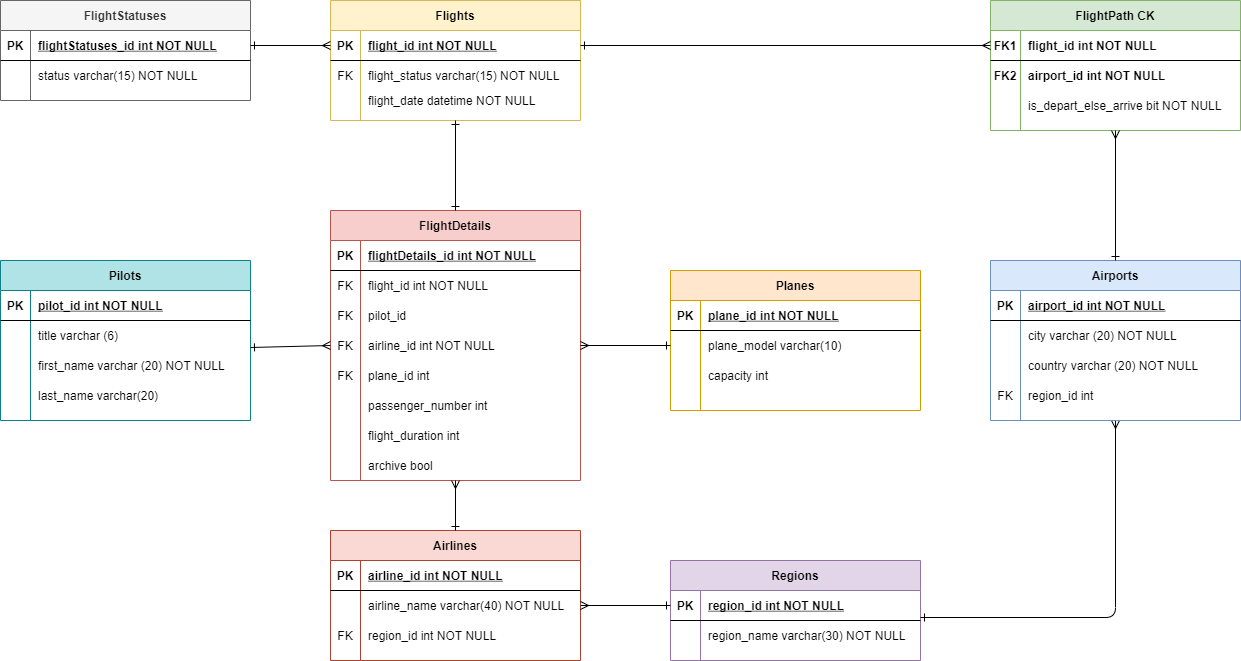
Before: Images/ERD.png, a diagram exported from draw.io (tak-li98/SpartaFlightManager). Source tidied: cells renumbered, new cells last; positions are measured from the earlier drawing's top-left corner, leaving out a move shared by most shapes.
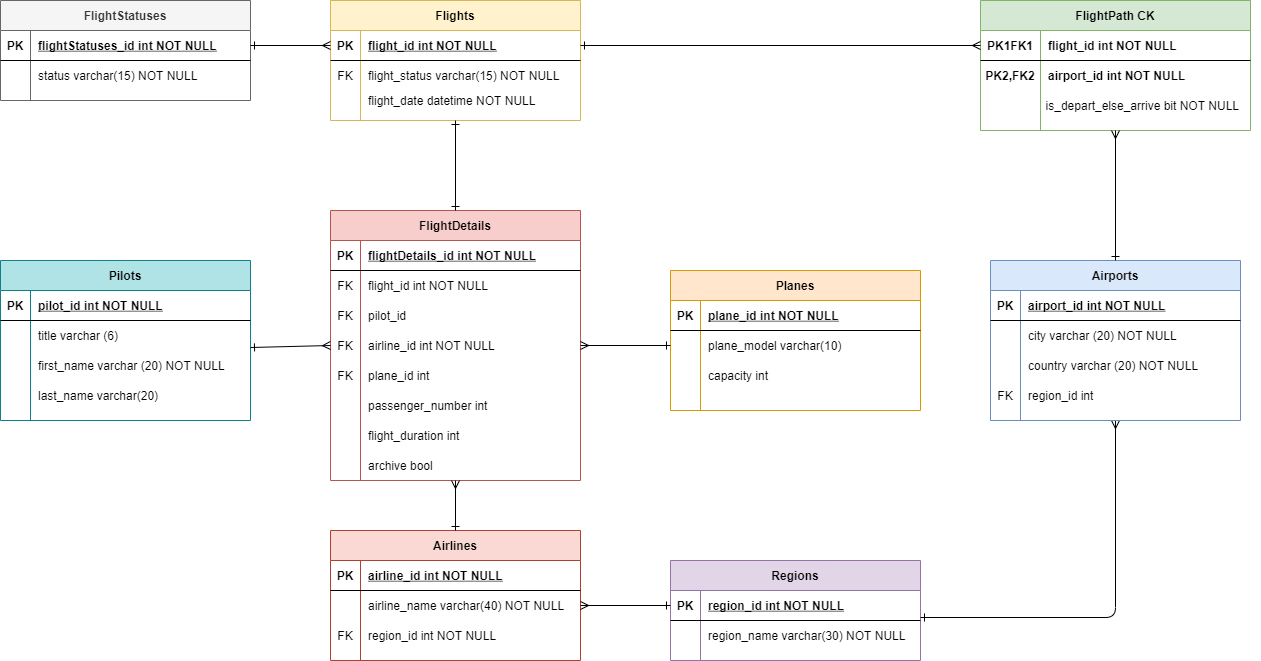
After the change.

What changed in the source:
```diff
@@ -319,25 +319,25 @@
       <mxGeometry x="30" width="220" height="30" as="geometry" />
     </mxCell>
     <mxCell id="105" value="FlightPath CK" style="shape=table;startSize=30;rowLines=0;fontStyle=1;align=center;fillColor=#d5e8d4;strokeColor=#82b366;" parent="1" vertex="1">
-      <mxGeometry x="990" width="250" height="130" as="geometry" />
+      <mxGeometry x="980" width="270" height="130" as="geometry" />
     </mxCell>
     <mxCell id="106" style="shape=partialRectangle;fillColor=none;points=[[0,0.5],[1,0.5]];portConstraint=eastwest;top=0;left=0;right=0;bottom=1;" parent="105" vertex="1">
-      <mxGeometry y="30" width="250" height="30" as="geometry" />
+      <mxGeometry y="30" width="270" height="30" as="geometry" />
     </mxCell>
-    <mxCell id="107" value="FK1" style="shape=partialRectangle;overflow=hidden;fillColor=none;top=0;left=0;bottom=0;right=0;fontStyle=1;" parent="106" vertex="1">
-      <mxGeometry width="30" height="30" as="geometry" />
+    <mxCell id="107" value="PK1FK1" style="shape=partialRectangle;overflow=hidden;fillColor=none;top=0;left=0;bottom=0;right=0;fontStyle=1;" parent="106" vertex="1">
+      <mxGeometry width="60" height="30" as="geometry" />
     </mxCell>
     <mxCell id="108" value="flight_id int NOT NULL" style="shape=partialRectangle;overflow=hidden;fillColor=none;top=0;left=0;bottom=0;right=0;align=left;spacingLeft=6;fontStyle=1;" parent="106" vertex="1">
-      <mxGeometry x="30" width="220" height="30" as="geometry" />
+      <mxGeometry x="60" width="210" height="30" as="geometry" />
     </mxCell>
     <mxCell id="109" style="shape=partialRectangle;fillColor=none;top=0;left=0;right=0;bottom=0;" parent="105" vertex="1">
-      <mxGeometry y="60" width="250" height="30" as="geometry" />
+      <mxGeometry y="60" width="270" height="30" as="geometry" />
     </mxCell>
     <mxCell id="110" style="shape=partialRectangle;overflow=hidden;fillColor=none;top=0;left=0;bottom=0;right=0;" parent="109" vertex="1">
-      <mxGeometry width="30" height="30" as="geometry" />
+      <mxGeometry width="60" height="30" as="geometry" />
     </mxCell>
     <mxCell id="111" style="shape=partialRectangle;overflow=hidden;fillColor=none;top=0;left=0;bottom=0;right=0;align=left;spacingLeft=6;" parent="109" vertex="1">
-      <mxGeometry x="30" width="220" height="30" as="geometry" />
+      <mxGeometry x="60" width="210" height="30" as="geometry" />
     </mxCell>
     <mxCell id="112" style="endArrow=ERone;startArrow=ERmany;html=1;startFill=0;endFill=0;exitX=0;exitY=0.5;exitDx=0;exitDy=0;entryX=1;entryY=0.5;entryDx=0;entryDy=0;" parent="1" edge="1" source="106" target="13">
       <mxGeometry relative="1" as="geometry" />
@@ -346,22 +346,22 @@
       <mxGeometry relative="1" as="geometry" />
     </mxCell>
     <mxCell id="114" style="shape=partialRectangle;fillColor=none;top=0;left=0;right=0;bottom=0;" parent="1" vertex="1">
-      <mxGeometry x="990" y="60" width="250" height="30" as="geometry" />
+      <mxGeometry x="1010" y="60" width="250" height="30" as="geometry" />
     </mxCell>
-    <mxCell id="115" value="FK2" style="shape=partialRectangle;overflow=hidden;fillColor=none;top=0;left=0;bottom=0;right=0;fontStyle=1;" parent="114" vertex="1">
-      <mxGeometry width="30" height="30" as="geometry" />
-    </mxCell>
     <mxCell id="116" value="airport_id int NOT NULL" style="shape=partialRectangle;overflow=hidden;fillColor=none;top=0;left=0;bottom=0;right=0;align=left;spacingLeft=6;fontStyle=1;" parent="114" vertex="1">
       <mxGeometry x="30" width="220" height="30" as="geometry" />
     </mxCell>
     <mxCell id="117" style="shape=partialRectangle;fillColor=none;top=0;left=0;right=0;bottom=0;" parent="1" vertex="1">
-      <mxGeometry x="990" y="90" width="250" height="30" as="geometry" />
+      <mxGeometry x="1010" y="90" width="230" height="30" as="geometry" />
     </mxCell>
     <mxCell id="118" style="shape=partialRectangle;overflow=hidden;fillColor=none;top=0;left=0;bottom=0;right=0;fontStyle=1;" parent="117" vertex="1">
-      <mxGeometry width="30" height="30" as="geometry" />
+      <mxGeometry width="27.6" height="30" as="geometry" />
     </mxCell>
     <mxCell id="119" value="is_depart_else_arrive bit NOT NULL" style="shape=partialRectangle;overflow=hidden;fillColor=none;top=0;left=0;bottom=0;right=0;align=left;spacingLeft=6;fontStyle=0;" parent="117" vertex="1">
-      <mxGeometry x="30" width="220" height="30" as="geometry" />
+      <mxGeometry x="27.6" width="202.4" height="30" as="geometry" />
     </mxCell>
+    <mxCell id="115" value="PK2,FK2" style="shape=partialRectangle;overflow=hidden;fillColor=none;top=0;left=0;bottom=0;right=0;fontStyle=1;" parent="1" vertex="1">
+      <mxGeometry x="980" y="60" width="60" height="30" as="geometry" />
+    </mxCell>
   </root>
 </mxGraphModel>
```
